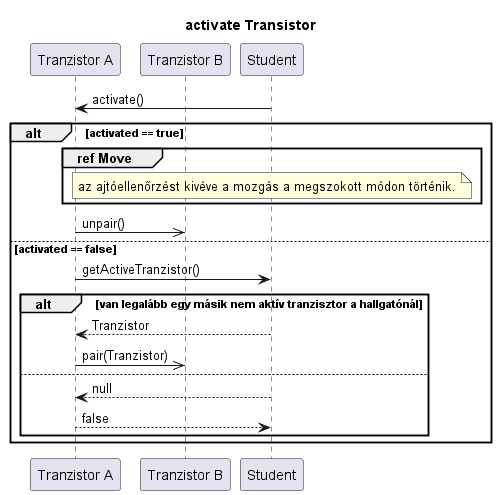
Above: out/diagramms/src/transistor/activate.png in kipolaris/skyrimscriptsuttogok (PlantUML), before the change. Its diagram source:
```plantuml
@startuml activate

Title activate Transistor

Participant "Tranzistor A" as tranz
participant "Tranzistor B" as tranz2
Participant Student as h

h->tranz : activate()

alt activated == true

    group ref Move
        note over h : az ajtóellenőrzést kivéve a mozgás a megszokott módon történik.
    end

    tranz->>tranz2 : unpair()
else activated == false
    tranz->h : getActiveTranzistor()
    alt van legalább egy másik nem aktív tranzisztor a hallgatónál
        h-->tranz : Tranzistor

        tranz->>tranz2 : pair(Tranzistor)
    else
        h-->tranz : null
        tranz-->h : false
    end

end

@enduml
```
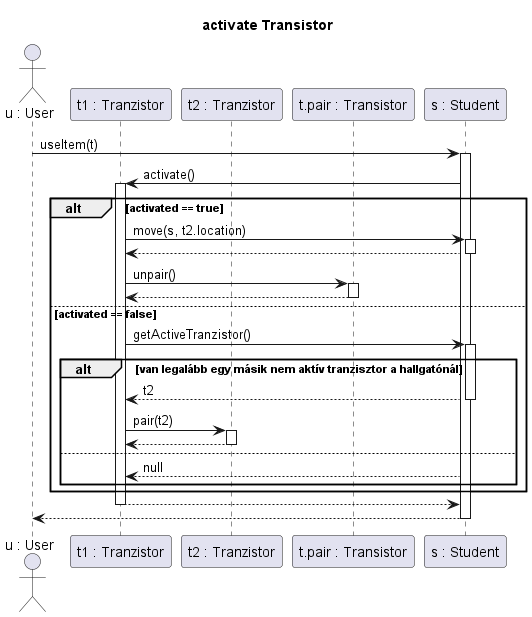
Above is the later version.

Diff of the diagram source:
```diff
@@ -2,30 +2,38 @@
 
 Title activate Transistor
 
-Participant "Tranzistor A" as tranz
-participant "Tranzistor B" as tranz2
-Participant Student as h
+actor "u : User" as u
+Participant "t1 : Tranzistor" as tranz
+participant "t2 : Tranzistor" as tranz2
+participant "t.pair : Transistor" as p
+Participant "s : Student" as h
 
-h->tranz : activate()
+u->h ++: useItem(t)
+h->tranz ++: activate()
 
 alt activated == true
 
-    group ref Move
-        note over h : az ajtóellenőrzést kivéve a mozgás a megszokott módon történik.
-    end
+    tranz -> h ++: move(s, t2.location)
+    return
 
-    tranz->>tranz2 : unpair()
+    tranz->p ++: unpair()
+    return
+
 else activated == false
-    tranz->h : getActiveTranzistor()
+
+    tranz->h ++: getActiveTranzistor()
     alt van legalább egy másik nem aktív tranzisztor a hallgatónál
-        h-->tranz : Tranzistor
+        h-->tranz --: t2
 
-        tranz->>tranz2 : pair(Tranzistor)
+        tranz->tranz2 ++: pair(t2)
+        return
     else
         h-->tranz : null
-        tranz-->h : false
     end
 
 end
 
+tranz --> h --:
+h-->u --:
+
 @enduml
```
